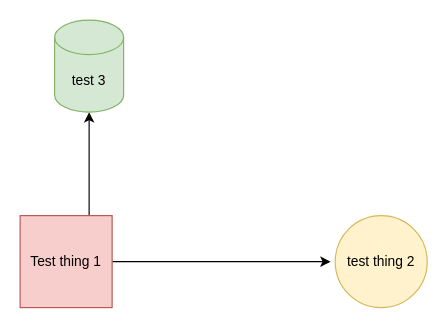
CBeelen/amicable_numbers keeps this draw.io diagram as Test-diagram.drawio. Above is the earlier version. Source tidied: cells renumbered, new cells numbered last; positions are measured from the earlier drawing's top-left corner, leaving out a move shared by most shapes. Both pictures are drawn from the tidied source at 115%, with x=0, y=0 at pixel (20, 20).
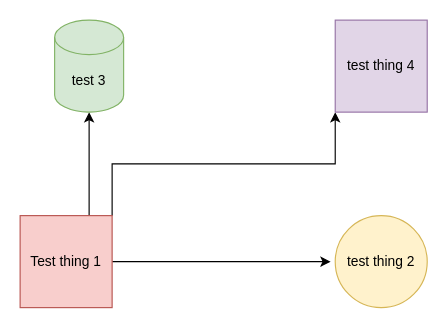
The same diagram, later.

Commit message:
Update diagram from desktop app

The edit, as a diff of the source:
```diff
@@
 <mxGraphModel>
   <root>
     <mxCell id="0" />
     <mxCell id="1" parent="0" />
     <mxCell id="2" style="edgeStyle=orthogonalEdgeStyle;rounded=0;jettySize=auto;html=1;exitX=1;exitY=0.5;exitDx=0;exitDy=0;" parent="1" edge="1" source="4">
       <mxGeometry relative="1" as="geometry">
         <mxPoint x="270" y="210" as="targetPoint" />
       </mxGeometry>
     </mxCell>
     <mxCell id="3" style="edgeStyle=orthogonalEdgeStyle;rounded=0;jettySize=auto;html=1;exitX=0.75;exitY=0;exitDx=0;exitDy=0;" parent="1" edge="1" source="4" target="6">
       <mxGeometry relative="1" as="geometry" />
     </mxCell>
+    <mxCell id="7" style="edgeStyle=orthogonalEdgeStyle;rounded=0;jettySize=auto;html=1;exitX=1;exitY=0;exitDx=0;exitDy=0;entryX=0;entryY=1;entryDx=0;entryDy=0;" parent="1" edge="1" source="4" target="8">
+      <mxGeometry relative="1" as="geometry" />
+    </mxCell>
     <mxCell id="4" value="Test thing 1" style="whiteSpace=wrap;html=1;fillColor=#f8cecc;strokeColor=#b85450;" parent="1" vertex="1">
       <mxGeometry y="170" width="80" height="80" as="geometry" />
     </mxCell>
     <mxCell id="5" value="test thing 2" style="ellipse;whiteSpace=wrap;html=1;fillColor=#fff2cc;strokeColor=#d6b656;" parent="1" vertex="1">
       <mxGeometry x="274" y="170" width="80" height="80" as="geometry" />
     </mxCell>
     <mxCell id="6" value="test 3" style="shape=cylinder3;whiteSpace=wrap;html=1;boundedLbl=1;backgroundOutline=1;size=15;fillColor=#d5e8d4;strokeColor=#82b366;" parent="1" vertex="1">
       <mxGeometry x="30" width="60" height="80" as="geometry" />
     </mxCell>
+    <mxCell id="8" value="test thing 4" style="whiteSpace=wrap;html=1;fillColor=#e1d5e7;strokeColor=#9673a6;" parent="1" vertex="1">
+      <mxGeometry x="274" width="80" height="80" as="geometry" />
+    </mxCell>
   </root>
 </mxGraphModel>
```
